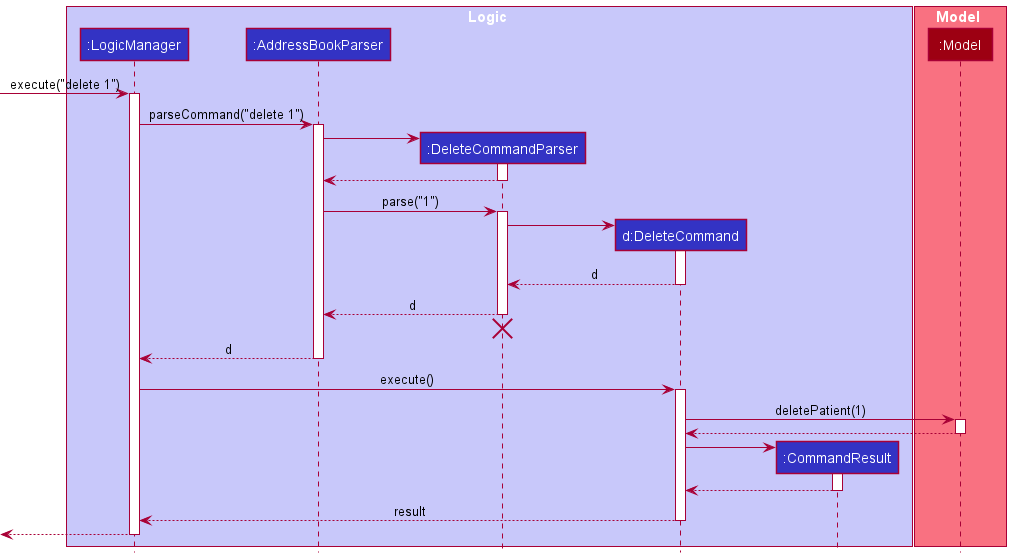
This is docs/diagrams/DeleteSequenceDiagram.png from rish-16/tp, a PlantUML export, as it was before one commit.
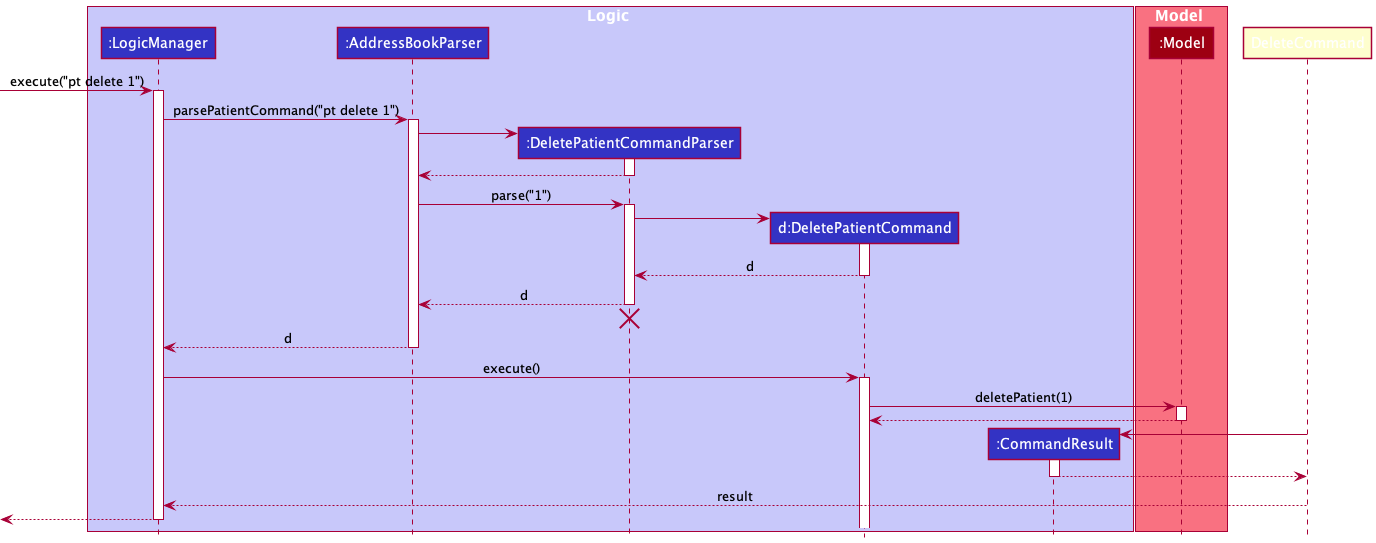
Above is the later version.

Change to the diagram source:
```diff
@@ -4,8 +4,8 @@
 box Logic LOGIC_COLOR_T1
 participant ":LogicManager" as LogicManager LOGIC_COLOR
 participant ":AddressBookParser" as AddressBookParser LOGIC_COLOR
-participant ":DeleteCommandParser" as DeleteCommandParser LOGIC_COLOR
-participant "d:DeleteCommand" as DeleteCommand LOGIC_COLOR
+participant ":DeletePatientCommandParser" as DeletePatientCommandParser LOGIC_COLOR
+participant "d:DeletePatientCommand" as DeletePatientCommand LOGIC_COLOR
 participant ":CommandResult" as CommandResult LOGIC_COLOR
 end box
 
@@ -13,44 +13,45 @@
 participant ":Model" as Model MODEL_COLOR
 end box
 
-[-> LogicManager : execute("delete 1")
+[-> LogicManager : execute("pt delete 1")
 activate LogicManager
 
-LogicManager -> AddressBookParser : parseCommand("delete 1")
+LogicManager -> AddressBookParser : parsePatientCommand("pt delete 1")
 activate AddressBookParser
 
-create DeleteCommandParser
-AddressBookParser -> DeleteCommandParser
-activate DeleteCommandParser
+create DeletePatientCommandParser
+AddressBookParser -> DeletePatientCommandParser
+activate DeletePatientCommandParser
 
-DeleteCommandParser --> AddressBookParser
-deactivate DeleteCommandParser
+DeletePatientCommandParser --> AddressBookParser
+deactivate DeletePatientCommandParser
 
-AddressBookParser -> DeleteCommandParser : parse("1")
-activate DeleteCommandParser
+AddressBookParser -> DeletePatientCommandParser : parse("1")
+activate DeletePatientCommandParser
 
-create DeleteCommand
-DeleteCommandParser -> DeleteCommand
-activate DeleteCommand
+create DeletePatientCommand
+DeletePatientCommandParser -> DeletePatientCommand
+activate DeletePatientCommand
 
-DeleteCommand --> DeleteCommandParser : d
-deactivate DeleteCommand
+DeletePatientCommand --> DeletePatientCommandParser : d
+deactivate DeletePatientCommand
 
-DeleteCommandParser --> AddressBookParser : d
-deactivate DeleteCommandParser
-DeleteCommandParser -[hidden]-> AddressBookParser
-destroy DeleteCommandParser
+DeletePatientCommandParser --> AddressBookParser : d
+deactivate DeletePatientCommandParser
+
+DeletePatientCommandParser -[hidden]-> AddressBookParser
+destroy DeletePatientCommandParser
 
 AddressBookParser --> LogicManager : d
 deactivate AddressBookParser
 
-LogicManager -> DeleteCommand : execute()
-activate DeleteCommand
+LogicManager -> DeletePatientCommand : execute()
+activate DeletePatientCommand
 
-DeleteCommand -> Model : deletePatient(1)
+DeletePatientCommand -> Model : deletePatient(1)
 activate Model
 
-Model --> DeleteCommand
+Model --> DeletePatientCommand
 deactivate Model
 
 create CommandResult
```
